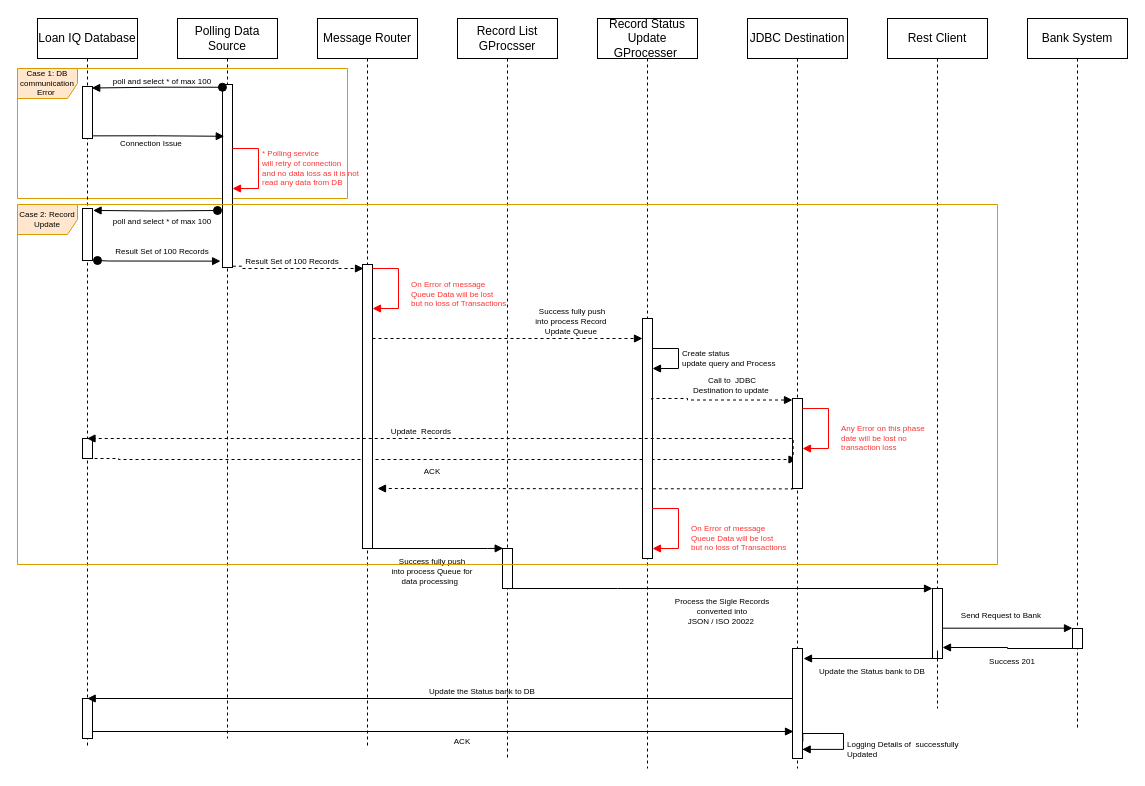
Before: page "Page-1" (1 of 7) of NFR_Reliability.drawio in thrivikramarajarao/easy_test_domain, a draw.io diagram. Source tidied: cells renumbered, new cells numbered last; positions are measured from the earlier drawing's top-left corner, leaving out a move shared by most shapes. Both pictures are drawn from the tidied source at 100%, with x=0, y=0 at pixel (17, 18).
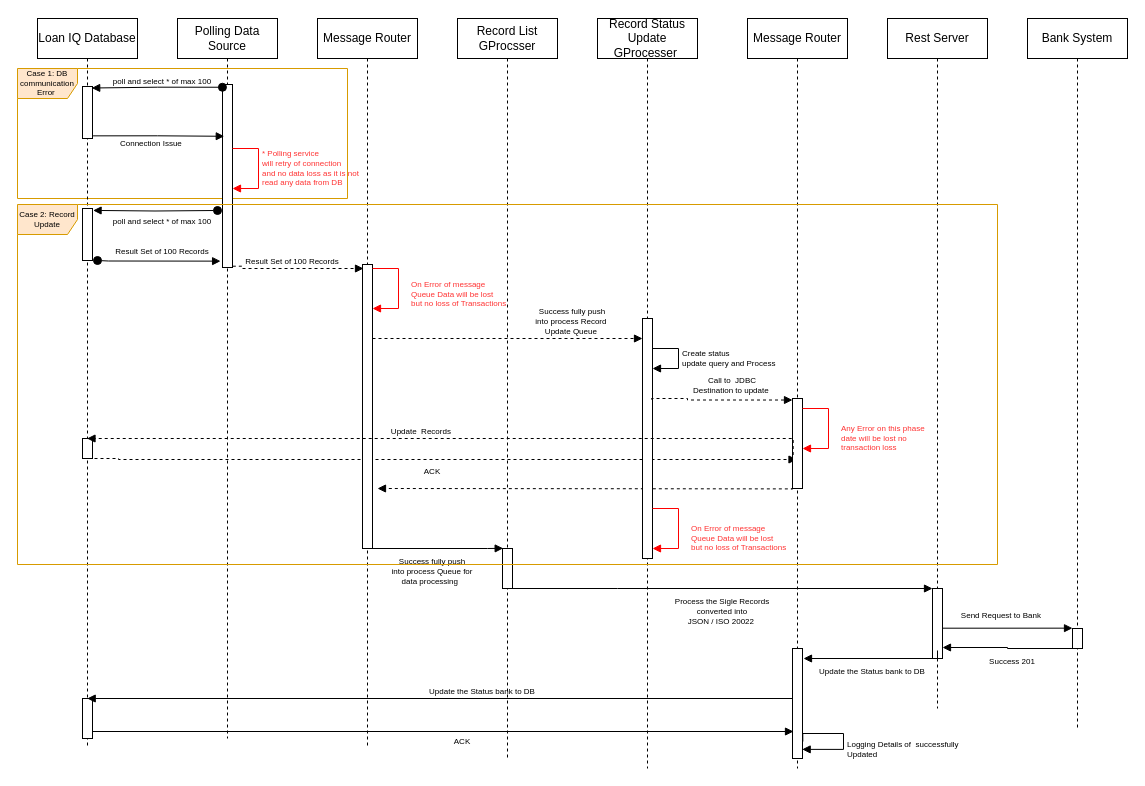
The same page after the edit.

What changed in the source:
```diff
@@
-    <mxCell id="31" value="JDBC Destination" style="shape=umlLifeline;perimeter=lifelinePerimeter;whiteSpace=wrap;html=1;outlineConnect=0;" parent="1" vertex="1">
+    <mxCell id="31" value="Message Router" style="shape=umlLifeline;perimeter=lifelinePerimeter;whiteSpace=wrap;html=1;outlineConnect=0;" parent="1" vertex="1">
       <mxGeometry x="730" width="100" height="750" as="geometry" />
     </mxCell>
@@
-    <mxCell id="53" value="Rest Client" style="shape=umlLifeline;perimeter=lifelinePerimeter;whiteSpace=wrap;html=1;" parent="1" vertex="1">
+    <mxCell id="53" value="Rest Server" style="shape=umlLifeline;perimeter=lifelinePerimeter;whiteSpace=wrap;html=1;" parent="1" vertex="1">
       <mxGeometry x="870" width="100" height="690" as="geometry" />
     </mxCell>
```
